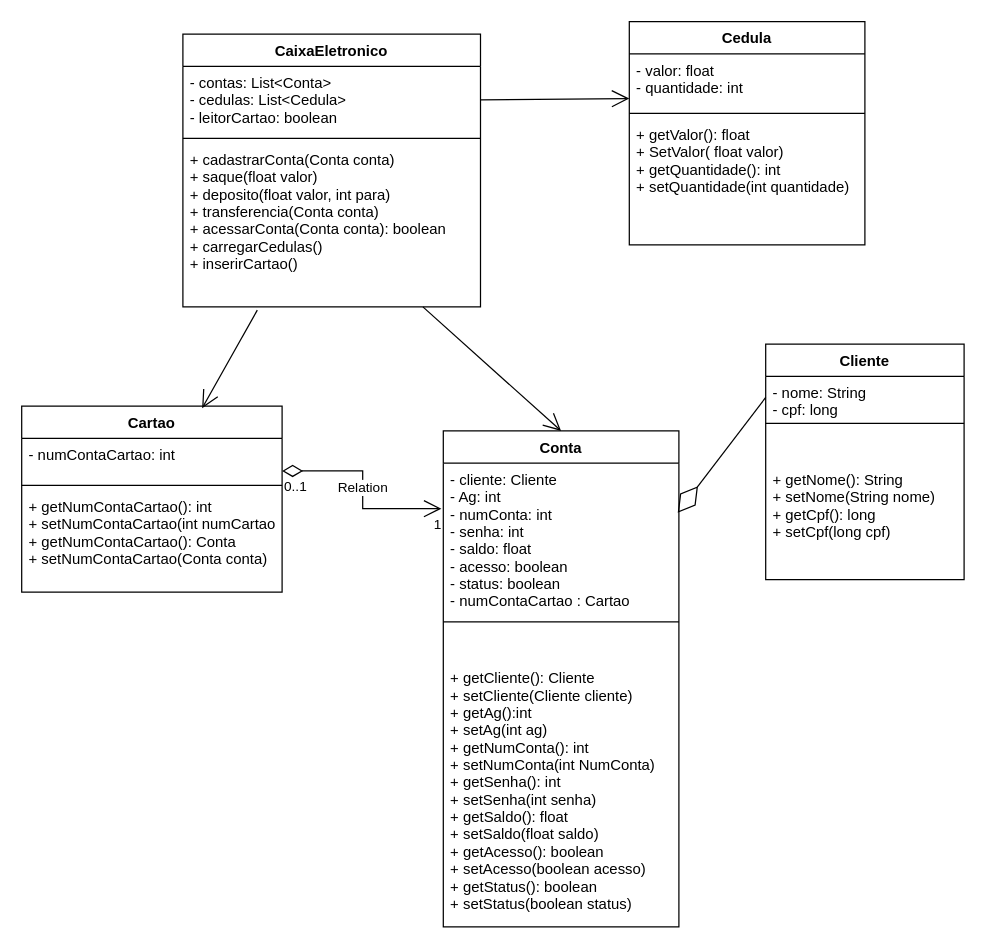
CarlosTorres2305/Bertoti keeps this draw.io diagram as Engenharia de software/DiagramaClasses.drawio. Above is the earlier version. Source tidied: cells renumbered, new cells numbered last; positions are measured from the earlier drawing's top-left corner, leaving out a move shared by most shapes. Both pictures are drawn from the tidied source at 124%, with x=0, y=0 at pixel (21, 21).
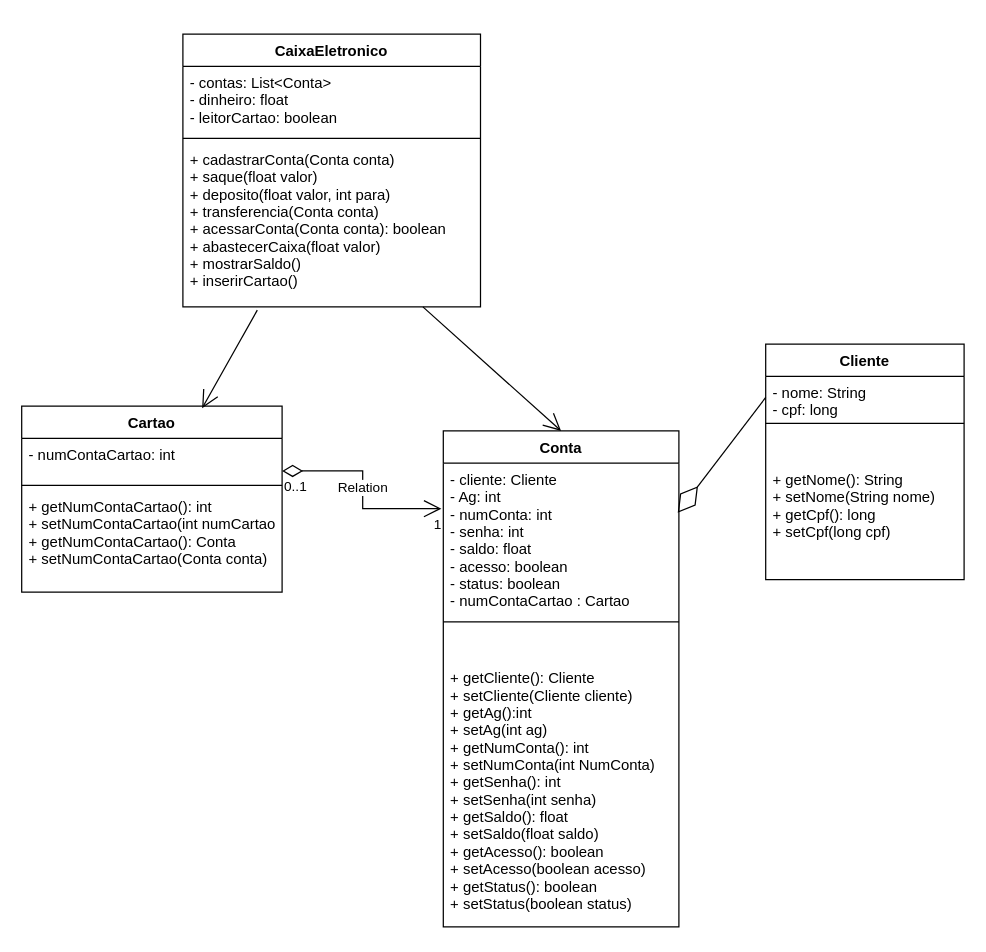
The same page after the edit.

The change refers to these unchanged cells:
```xml
<mxCell id="2" value="CaixaEletronico" style="swimlane;fontStyle=1;align=center;verticalAlign=top;horizontal=1;startSize=26;" parent="1" vertex="1">
  <mxGeometry x="130" y="10" width="240" height="220" as="geometry" />
</mxCell>
```

The edit, as a diff of the source:
```diff
@@
-    <mxCell id="3" value="- contas: List&lt;Conta&gt;&#10;- cedulas: List&lt;Cedula&gt;&#10;- leitorCartao: boolean" style="text;strokeColor=none;fillColor=none;align=left;verticalAlign=top;spacingLeft=4;spacingRight=4;overflow=hidden;points=[[0,0.5],[1,0.5]];portConstraint=eastwest;" parent="2" vertex="1">
+    <mxCell id="3" value="- contas: List&lt;Conta&gt;&#10;- dinheiro: float &#10;- leitorCartao: boolean" style="text;strokeColor=none;fillColor=none;align=left;verticalAlign=top;spacingLeft=4;spacingRight=4;overflow=hidden;points=[[0,0.5],[1,0.5]];portConstraint=eastwest;" parent="2" vertex="1">
       <mxGeometry y="26" width="240" height="54" as="geometry" />
     </mxCell>
@@
-    <mxCell id="5" value="+ cadastrarConta(Conta conta)&#10;+ saque(float valor)&#10;+ deposito(float valor, int para)&#10;+ transferencia(Conta conta)&#10;+ acessarConta(Conta conta): boolean&#10;+ carregarCedulas()&#10;+ inserirCartao()&#10;" style="text;strokeColor=none;fillColor=none;align=left;verticalAlign=top;spacingLeft=4;spacingRight=4;overflow=hidden;points=[[0,0.5],[1,0.5]];portConstraint=eastwest;" parent="2" vertex="1">
+    <mxCell id="5" value="+ cadastrarConta(Conta conta)&#10;+ saque(float valor)&#10;+ deposito(float valor, int para)&#10;+ transferencia(Conta conta)&#10;+ acessarConta(Conta conta): boolean&#10;+ abastecerCaixa(float valor)&#10;+ mostrarSaldo()&#10;+ inserirCartao()&#10;" style="text;strokeColor=none;fillColor=none;align=left;verticalAlign=top;spacingLeft=4;spacingRight=4;overflow=hidden;points=[[0,0.5],[1,0.5]];portConstraint=eastwest;" parent="2" vertex="1">
       <mxGeometry y="88" width="240" height="132" as="geometry" />
     </mxCell>
@@
-    <mxCell id="16" value="Cedula" style="swimlane;fontStyle=1;align=center;verticalAlign=top;horizontal=1;startSize=26;" parent="1" vertex="1">
-      <mxGeometry x="490" width="190" height="180" as="geometry" />
-    </mxCell>
-    <mxCell id="17" value="- valor: float&#10;- quantidade: int" style="text;strokeColor=none;fillColor=none;align=left;verticalAlign=top;spacingLeft=4;spacingRight=4;overflow=hidden;points=[[0,0.5],[1,0.5]];portConstraint=eastwest;" parent="16" vertex="1">
-      <mxGeometry y="26" width="190" height="44" as="geometry" />
-    </mxCell>
-    <mxCell id="18" style="line;strokeWidth=1;fillColor=none;align=left;verticalAlign=middle;spacingTop=-1;spacingLeft=3;spacingRight=3;labelPosition=right;strokeColor=inherit;" parent="16" vertex="1">
-      <mxGeometry y="70" width="190" height="8" as="geometry" />
-    </mxCell>
-    <mxCell id="19" value="+ getValor(): float&#10;+ SetValor( float valor)&#10;+ getQuantidade(): int&#10;+ setQuantidade(int quantidade)&#10;" style="text;strokeColor=none;fillColor=none;align=left;verticalAlign=top;spacingLeft=4;spacingRight=4;overflow=hidden;" parent="16" vertex="1">
-      <mxGeometry y="78" width="190" height="102" as="geometry" />
-    </mxCell>
-    <mxCell id="20" style="endArrow=open;endFill=1;endSize=12;html=1;rounded=0;entryX=0;entryY=0.818;entryDx=0;entryDy=0;exitX=1;exitY=0.5;exitDx=0;exitDy=0;entryPerimeter=0;" parent="1" edge="1" source="3" target="17">
-      <mxGeometry relative="1" as="geometry" />
-    </mxCell>
```
